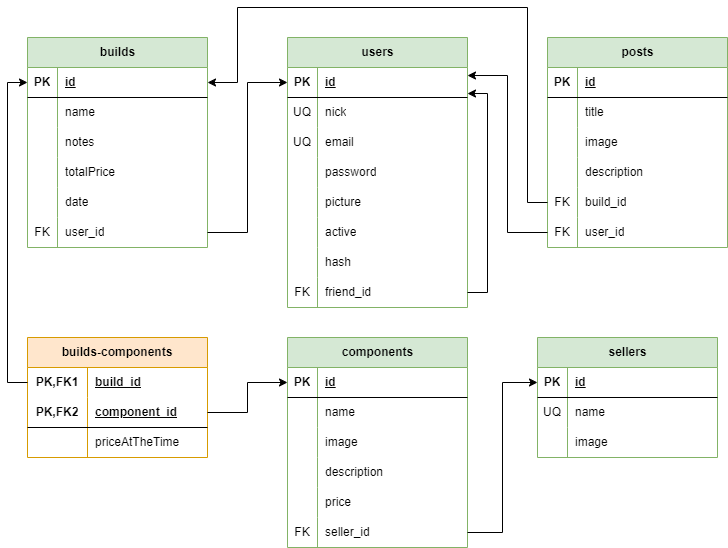
OwenHernandez/Master-PCBuilder keeps this draw.io diagram as sql/relation.drawio.png. Above is the earlier version. Source tidied: cells renumbered, new cells last; positions are measured from the earlier drawing's top-left corner, leaving out a move shared by most shapes.
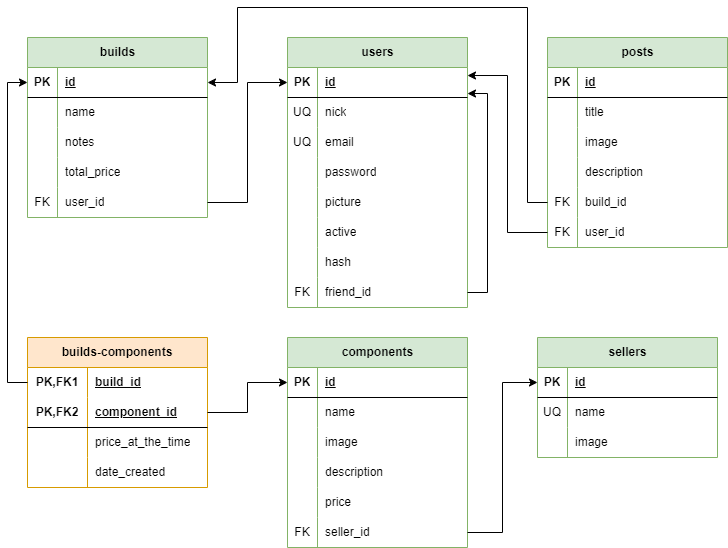
After the commit.

Commit message:
fix: one of many changes to the relational-model of theddbb

Change to the diagram source:
```diff
@@ -3,7 +3,7 @@
     <mxCell id="0" />
     <mxCell id="1" parent="0" />
     <mxCell id="2" value="builds" style="shape=table;startSize=30;rowLines=0;fontStyle=1;align=center;html=1;fillColor=#d5e8d4;strokeColor=#82b366;" parent="1" vertex="1">
-      <mxGeometry x="20" y="30" width="180" height="210" as="geometry" />
+      <mxGeometry x="20" y="30" width="180" height="180" as="geometry" />
     </mxCell>
     <mxCell id="3" style="shape=tableRow;horizontal=0;startSize=0;swimlaneHead=0;swimlaneBody=0;fillColor=none;points=[[0,0.5],[1,0.5]];portConstraint=eastwest;top=0;left=0;right=0;bottom=1;" parent="2" vertex="1">
       <mxGeometry y="30" width="180" height="30" as="geometry" />
@@ -38,20 +38,11 @@
     <mxCell id="13" style="shape=partialRectangle;fillColor=none;top=0;left=0;bottom=0;right=0;overflow=hidden;whiteSpace=wrap;html=1;" parent="12" vertex="1">
       <mxGeometry width="30" height="30" as="geometry" />
     </mxCell>
-    <mxCell id="14" value="totalPrice" style="shape=partialRectangle;fillColor=none;top=0;left=0;bottom=0;right=0;align=left;spacingLeft=6;overflow=hidden;whiteSpace=wrap;html=1;" parent="12" vertex="1">
+    <mxCell id="14" value="total_price" style="shape=partialRectangle;fillColor=none;top=0;left=0;bottom=0;right=0;align=left;spacingLeft=6;overflow=hidden;whiteSpace=wrap;html=1;" parent="12" vertex="1">
       <mxGeometry x="30" width="150" height="30" as="geometry" />
     </mxCell>
-    <mxCell id="15" style="shape=tableRow;horizontal=0;startSize=0;swimlaneHead=0;swimlaneBody=0;fillColor=none;top=0;left=0;right=0;bottom=0;" parent="2" vertex="1">
-      <mxGeometry y="150" width="180" height="30" as="geometry" />
-    </mxCell>
-    <mxCell id="16" style="shape=partialRectangle;fillColor=none;top=0;left=0;bottom=0;right=0;overflow=hidden;whiteSpace=wrap;html=1;" parent="15" vertex="1">
-      <mxGeometry width="30" height="30" as="geometry" />
-    </mxCell>
-    <mxCell id="17" value="date" style="shape=partialRectangle;fillColor=none;top=0;left=0;bottom=0;right=0;align=left;spacingLeft=6;overflow=hidden;whiteSpace=wrap;html=1;" parent="15" vertex="1">
-      <mxGeometry x="30" width="150" height="30" as="geometry" />
-    </mxCell>
     <mxCell id="18" style="shape=tableRow;horizontal=0;startSize=0;swimlaneHead=0;swimlaneBody=0;fillColor=none;points=[[0,0.5],[1,0.5]];portConstraint=eastwest;top=0;left=0;right=0;bottom=0;" parent="2" vertex="1">
-      <mxGeometry y="180" width="180" height="30" as="geometry" />
+      <mxGeometry y="150" width="180" height="30" as="geometry" />
     </mxCell>
     <mxCell id="19" value="FK" style="shape=partialRectangle;fillColor=none;top=0;left=0;bottom=0;right=0;overflow=hidden;whiteSpace=wrap;html=1;" parent="18" vertex="1">
       <mxGeometry width="30" height="30" as="geometry" />
@@ -60,7 +51,7 @@
       <mxGeometry x="30" width="150" height="30" as="geometry" />
     </mxCell>
     <mxCell id="21" value="builds-components" style="shape=table;startSize=30;rowLines=0;fontStyle=1;align=center;html=1;whiteSpace=wrap;fillColor=#ffe6cc;strokeColor=#d79b00;" parent="1" vertex="1">
-      <mxGeometry x="20" y="330" width="180" height="120" as="geometry" />
+      <mxGeometry x="20" y="330" width="180" height="150" as="geometry" />
     </mxCell>
     <mxCell id="22" style="shape=tableRow;horizontal=0;startSize=0;swimlaneHead=0;swimlaneBody=0;fillColor=none;points=[[0,0.5],[1,0.5]];portConstraint=eastwest;top=0;left=0;right=0;bottom=0;html=1;" parent="21" vertex="1">
       <mxGeometry y="30" width="180" height="30" as="geometry" />
@@ -86,9 +77,18 @@
     <mxCell id="29" style="shape=partialRectangle;fillColor=none;top=0;left=0;bottom=0;right=0;overflow=hidden;html=1;whiteSpace=wrap;" parent="28" vertex="1">
       <mxGeometry width="60" height="30" as="geometry" />
     </mxCell>
-    <mxCell id="30" value="priceAtTheTime" style="shape=partialRectangle;fillColor=none;top=0;left=0;bottom=0;right=0;align=left;spacingLeft=6;overflow=hidden;html=1;whiteSpace=wrap;" parent="28" vertex="1">
+    <mxCell id="30" value="price_at_the_time" style="shape=partialRectangle;fillColor=none;top=0;left=0;bottom=0;right=0;align=left;spacingLeft=6;overflow=hidden;html=1;whiteSpace=wrap;" parent="28" vertex="1">
       <mxGeometry x="60" width="120" height="30" as="geometry" />
     </mxCell>
+    <mxCell id="111" style="shape=tableRow;horizontal=0;startSize=0;swimlaneHead=0;swimlaneBody=0;fillColor=none;top=0;left=0;right=0;bottom=0;html=1;" parent="21" vertex="1">
+      <mxGeometry y="120" width="180" height="30" as="geometry" />
+    </mxCell>
+    <mxCell id="112" style="shape=partialRectangle;fillColor=none;top=0;left=0;bottom=0;right=0;overflow=hidden;html=1;whiteSpace=wrap;" parent="111" vertex="1">
+      <mxGeometry width="60" height="30" as="geometry" />
+    </mxCell>
+    <mxCell id="113" value="date_created" style="shape=partialRectangle;fillColor=none;top=0;left=0;bottom=0;right=0;align=left;spacingLeft=6;overflow=hidden;html=1;whiteSpace=wrap;" parent="111" vertex="1">
+      <mxGeometry x="60" width="120" height="30" as="geometry" />
+    </mxCell>
     <mxCell id="31" style="edgeStyle=orthogonalEdgeStyle;rounded=0;jettySize=auto;html=1;" parent="1" edge="1" source="22" target="3">
       <mxGeometry relative="1" as="geometry">
         <Array as="points">
```
